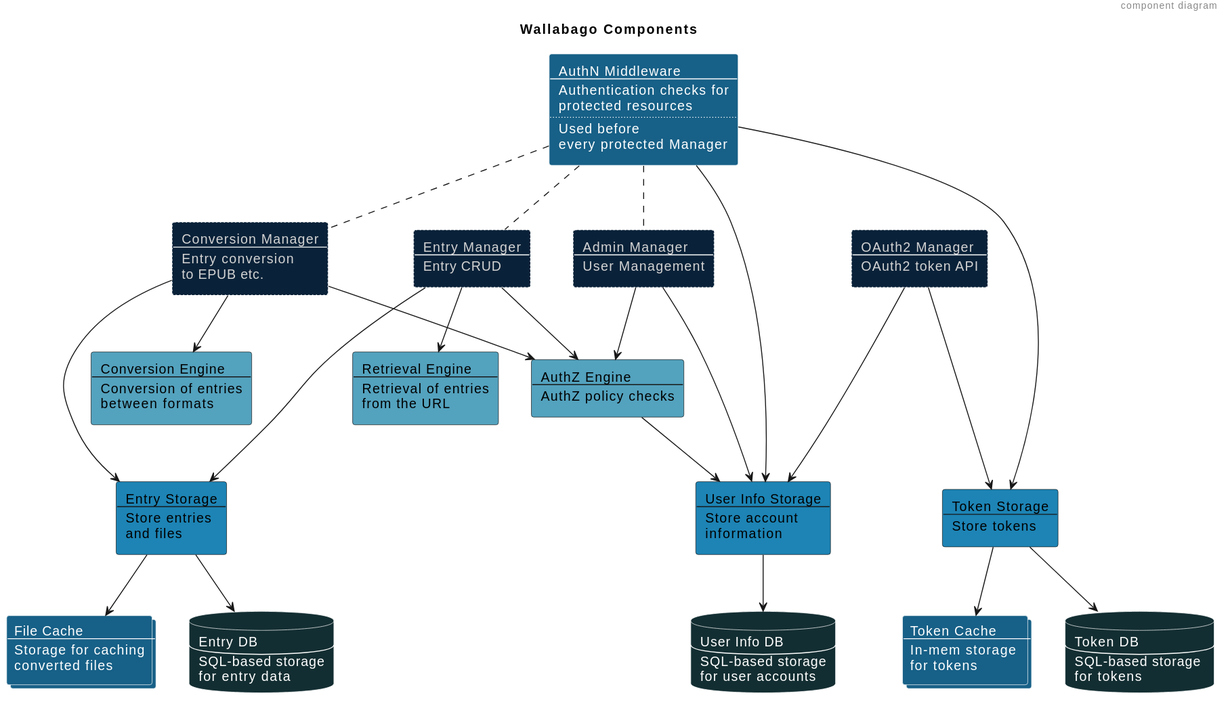
The PlantUML diagram docs/diagrams/dist/architecture-components.svg in xomiachuna/wallabago, before a commit.
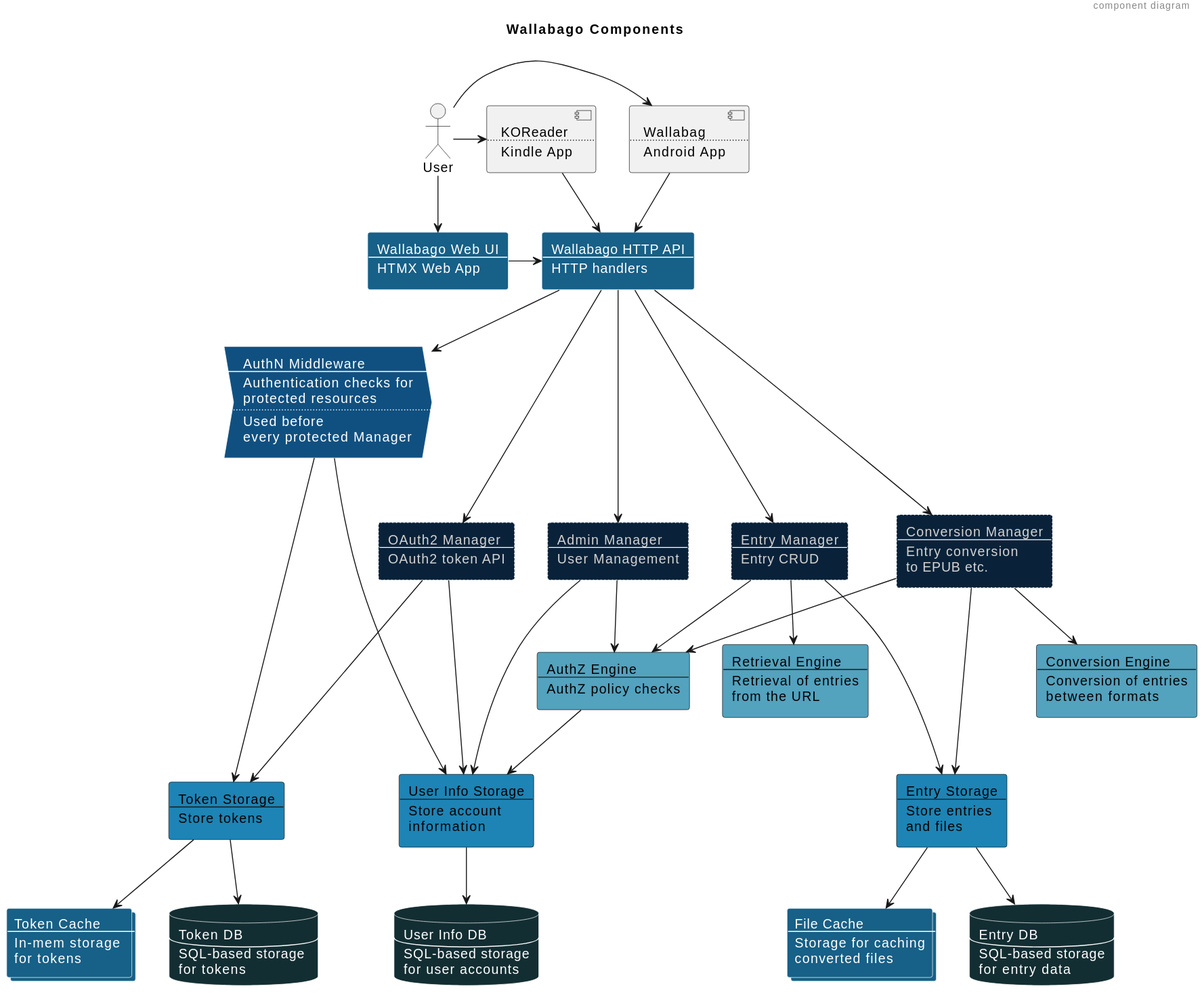
After the change.

Commit message:
docs: Add clients to the diagram

What changed in the source:
```diff
@@ -7,8 +7,38 @@
 !$Storage = "back:1d84b5;text:Black"
 !$Persistence = "back:132e32;text:White;line:White"
 !$Cache = "back:176087;text:White;line:White"
-!$Middleware = "back:176087;text:White;line:White"
-agent AuthNMiddleware #$Middleware [
+!$Middleware = "back:105080;text:White;line:White"
+!$API = "back:176087;text:White;line:White"
+
+actor User [
+    User
+]
+
+component KOReader [
+    KOReader
+    ....
+    Kindle App
+]
+
+component WallabagAndroid [
+    Wallabag
+    ....
+    Android App
+]
+
+rectangle HTTPAPI #$API [
+    Wallabago HTTP API
+    ----
+    HTTP handlers
+]
+
+rectangle WebUI #$API [
+    Wallabago Web UI
+    ----
+    HTMX Web App
+]
+
+process AuthNMiddleware #$Middleware [
     AuthN Middleware
     ----
     Authentication checks for
@@ -122,12 +152,21 @@
     converted files
 ]
 
+User -> KOReader
+KOReader --> HTTPAPI
+User --> WebUI
+User -> WallabagAndroid
+WallabagAndroid --> HTTPAPI
+WebUI -> HTTPAPI
+
+HTTPAPI --> AuthNMiddleware
+HTTPAPI ---> OAuth2Manager
+HTTPAPI ---> AdminManager
+HTTPAPI ---> ConversionManager
+HTTPAPI ---> EntryManager
+
 AuthNMiddleware ----> TokenStorage
 AuthNMiddleware ----> UserInfoStorage
-
-AuthNMiddleware .. AdminManager
-AuthNMiddleware .. EntryManager
-AuthNMiddleware .. ConversionManager
 
 EntryManager --> RetrievalEngine
 EntryManager --> AuthZEngine
```
